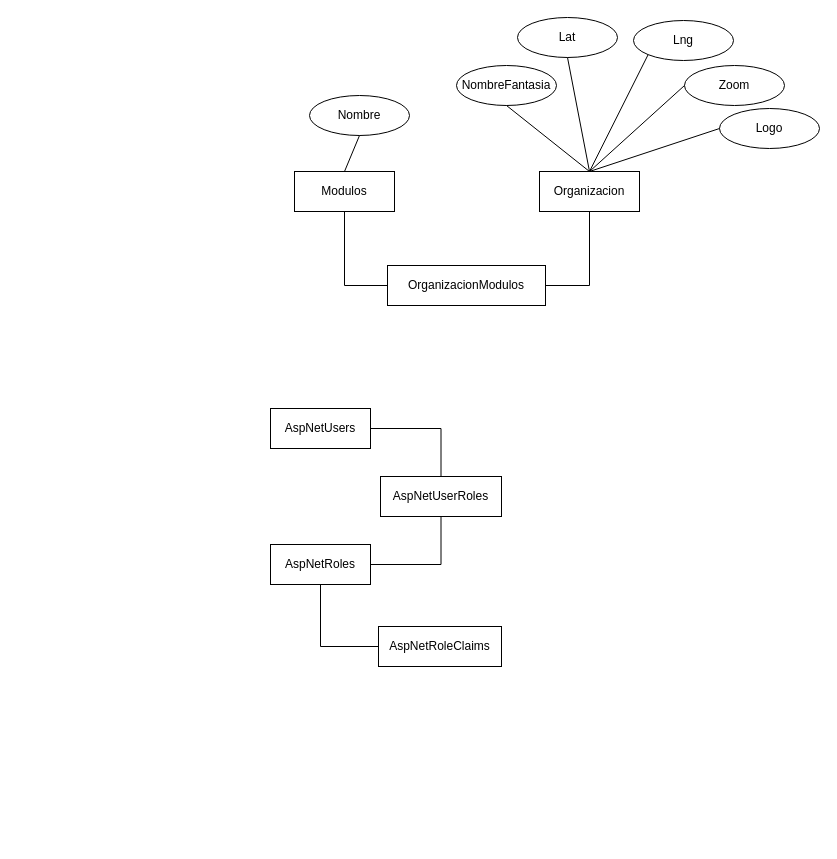
Earlier version of the draw.io diagram Diagrama sin título.drawio (notariopablomarcelo/agata). Source tidied: cells renumbered, new cells numbered last; positions are measured from the earlier drawing's top-left corner, leaving out a move shared by most shapes. Both pictures are drawn from the tidied source at 100%, with x=0, y=0 at pixel (270, 17).
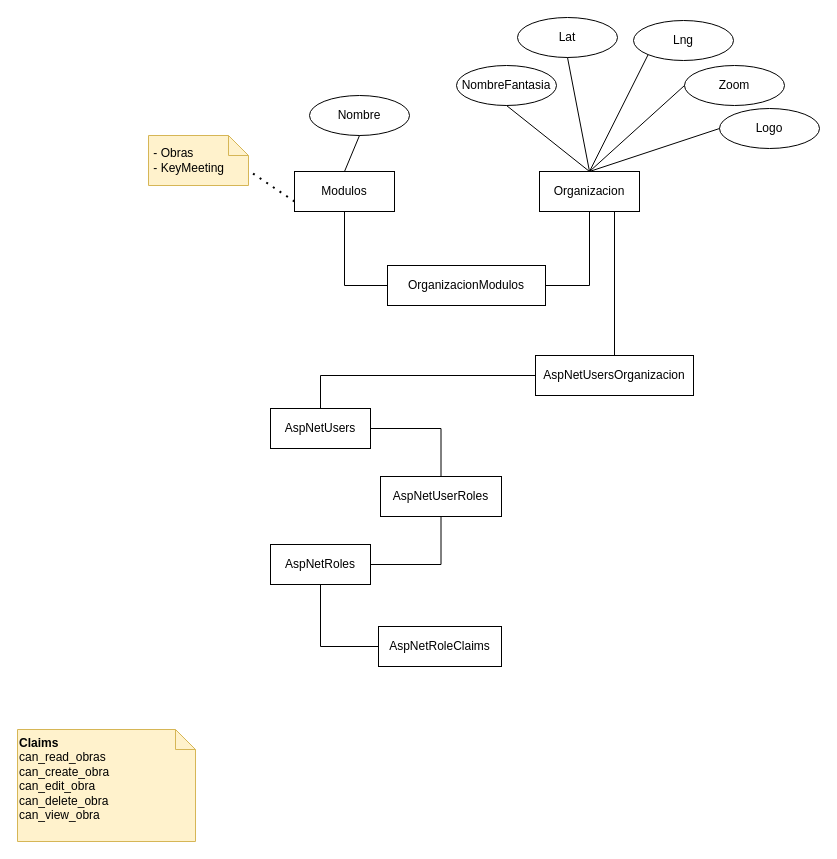
After the change.

Unchanged cells that the change refers to:
```xml
<mxCell id="2" value="Modulos" style="whiteSpace=wrap;html=1;align=center;" parent="1" vertex="1">
  <mxGeometry x="24" y="154" width="100" height="40" as="geometry" />
</mxCell>
<mxCell id="3" value="Organizacion" style="whiteSpace=wrap;html=1;align=center;" parent="1" vertex="1">
  <mxGeometry x="269" y="154" width="100" height="40" as="geometry" />
</mxCell>
<mxCell id="16" value="AspNetUsers" style="whiteSpace=wrap;html=1;align=center;" parent="1" vertex="1">
  <mxGeometry y="391" width="100" height="40" as="geometry" />
</mxCell>
```

Change to the diagram source:
```diff
@@
+    <mxCell id="26" value="AspNetUsersOrganizacion" style="whiteSpace=wrap;html=1;align=center;" parent="1" vertex="1">
+      <mxGeometry x="265" y="338" width="158" height="40" as="geometry" />
+    </mxCell>
+    <mxCell id="27" style="endArrow=none;html=1;rounded=0;exitX=0;exitY=0.5;exitDx=0;exitDy=0;entryX=0.5;entryY=0;entryDx=0;entryDy=0;edgeStyle=orthogonalEdgeStyle;" parent="1" edge="1" source="26" target="16">
+      <mxGeometry relative="1" as="geometry" />
+    </mxCell>
+    <mxCell id="28" style="endArrow=none;html=1;rounded=0;entryX=0.5;entryY=0;entryDx=0;entryDy=0;edgeStyle=orthogonalEdgeStyle;exitX=0.75;exitY=1;exitDx=0;exitDy=0;" parent="1" edge="1" source="3" target="26">
+      <mxGeometry relative="1" as="geometry" />
+    </mxCell>
+    <mxCell id="29" value="&amp;nbsp;- Obras&lt;br&gt;&amp;nbsp;- KeyMeeting" style="shape=note;size=20;whiteSpace=wrap;html=1;align=left;fillColor=#fff2cc;strokeColor=#d6b656;" parent="1" vertex="1">
+      <mxGeometry x="-122" y="118" width="100" height="50" as="geometry" />
+    </mxCell>
+    <mxCell id="30" style="endArrow=none;dashed=1;html=1;dashPattern=1 3;strokeWidth=2;rounded=0;exitX=0;exitY=0.75;exitDx=0;exitDy=0;entryX=0;entryY=0;entryDx=100;entryDy=35;entryPerimeter=0;" parent="1" edge="1" source="2" target="29">
+      <mxGeometry relative="1" as="geometry" />
+    </mxCell>
+    <mxCell id="31" value="&lt;b&gt;Claims&lt;/b&gt;&lt;br&gt;can_read_obras&lt;br&gt;can_create_obra&lt;br&gt;can_edit_obra&lt;br&gt;can_delete_obra&lt;br&gt;can_view_obra" style="shape=note;size=20;whiteSpace=wrap;html=1;align=left;fillColor=#fff2cc;strokeColor=#d6b656;verticalAlign=top;" parent="1" vertex="1">
+      <mxGeometry x="-253" y="712" width="178" height="112" as="geometry" />
+    </mxCell>
```
